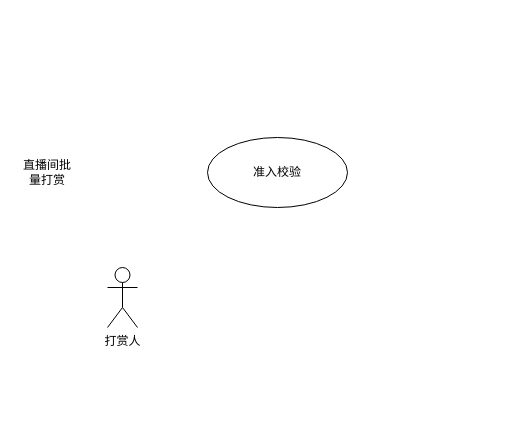
Earlier version of the draw.io diagram reward_multi.drawio (seuzxc/book). Source tidied: cells renumbered, new cells numbered last; positions are measured from the earlier drawing's top-left corner, leaving out a move shared by most shapes. Both pictures are drawn from the tidied source at 100%, with x=0, y=0 at pixel (17, 137).
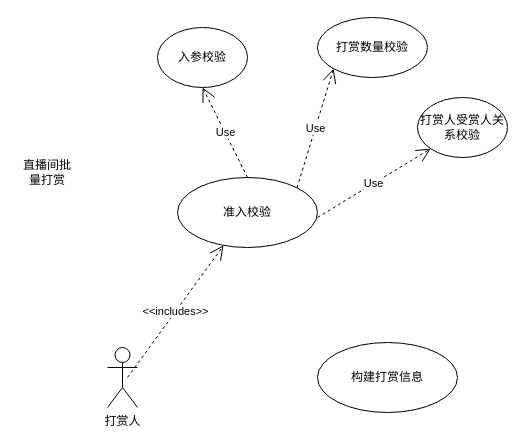
After the change.

What changed in the source:
```diff
@@
 <mxGraphModel>
   <root>
     <mxCell id="0" />
     <mxCell id="1" parent="0" />
     <mxCell id="2" value="直播间批量打赏" style="text;html=1;strokeColor=none;fillColor=none;align=center;verticalAlign=middle;whiteSpace=wrap;rounded=0;" parent="1" vertex="1">
       <mxGeometry y="20" width="60" height="30" as="geometry" />
     </mxCell>
     <mxCell id="3" value="打赏人" style="shape=umlActor;verticalLabelPosition=bottom;verticalAlign=top;html=1;" parent="1" vertex="1">
-      <mxGeometry x="90" y="130" width="30" height="60" as="geometry" />
+      <mxGeometry x="90" y="210" width="30" height="60" as="geometry" />
     </mxCell>
     <mxCell id="4" value="准入校验" style="ellipse;whiteSpace=wrap;html=1;" parent="1" vertex="1">
-      <mxGeometry x="190" width="140" height="70" as="geometry" />
+      <mxGeometry x="160" y="40" width="140" height="70" as="geometry" />
     </mxCell>
+    <mxCell id="5" value="入参校验" style="ellipse;whiteSpace=wrap;html=1;" parent="1" vertex="1">
+      <mxGeometry x="140" y="-110" width="90" height="60" as="geometry" />
+    </mxCell>
+    <mxCell id="6" value="打赏数量校验" style="ellipse;whiteSpace=wrap;html=1;" parent="1" vertex="1">
+      <mxGeometry x="300" y="-120" width="110" height="60" as="geometry" />
+    </mxCell>
+    <mxCell id="7" value="打赏人受赏人关系校验" style="ellipse;whiteSpace=wrap;html=1;" parent="1" vertex="1">
+      <mxGeometry x="400" y="-40" width="90" height="60" as="geometry" />
+    </mxCell>
+    <mxCell id="8" value="&amp;lt;&amp;lt;includes&amp;gt;&amp;gt;" style="endArrow=open;endSize=12;dashed=1;html=1;rounded=0;" parent="1" edge="1" target="4">
+      <mxGeometry relative="1" as="geometry">
+        <mxPoint x="110" y="240" as="sourcePoint" />
+      </mxGeometry>
+    </mxCell>
+    <mxCell id="9" value="Use" style="endArrow=open;endSize=12;dashed=1;html=1;rounded=0;entryX=0.5;entryY=1;entryDx=0;entryDy=0;" parent="1" edge="1" target="5">
+      <mxGeometry relative="1" as="geometry">
+        <mxPoint x="230" y="40" as="sourcePoint" />
+      </mxGeometry>
+    </mxCell>
+    <mxCell id="10" value="Use" style="endArrow=open;endSize=12;dashed=1;html=1;rounded=0;exitX=1;exitY=0;exitDx=0;exitDy=0;entryX=0;entryY=1;entryDx=0;entryDy=0;" parent="1" edge="1" source="4" target="6">
+      <mxGeometry relative="1" as="geometry" />
+    </mxCell>
+    <mxCell id="11" value="Use" style="endArrow=open;endSize=12;dashed=1;html=1;rounded=0;entryX=0;entryY=1;entryDx=0;entryDy=0;" parent="1" edge="1" target="7">
+      <mxGeometry relative="1" as="geometry">
+        <mxPoint x="300" y="80" as="sourcePoint" />
+      </mxGeometry>
+    </mxCell>
+    <mxCell id="12" value="构建打赏信息" style="ellipse;whiteSpace=wrap;html=1;" parent="1" vertex="1">
+      <mxGeometry x="300" y="205" width="140" height="70" as="geometry" />
+    </mxCell>
   </root>
 </mxGraphModel>
```
